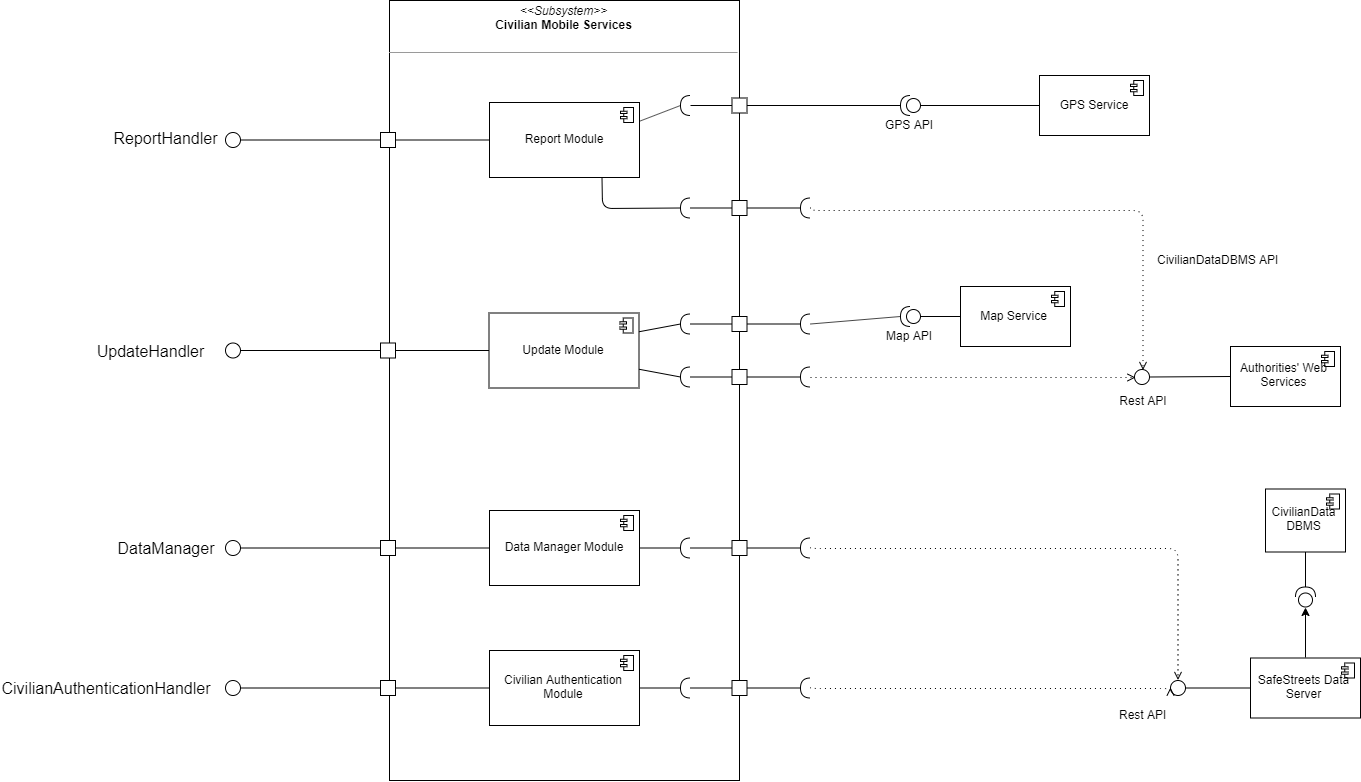
marcuz1996/Software-Engineering-Project keeps this draw.io diagram as DD/images/CivilianMobileServicesProjection.png. Above is the earlier version. Source tidied: cells renumbered, new cells last; positions are measured from the earlier drawing's top-left corner, leaving out a move shared by most shapes.
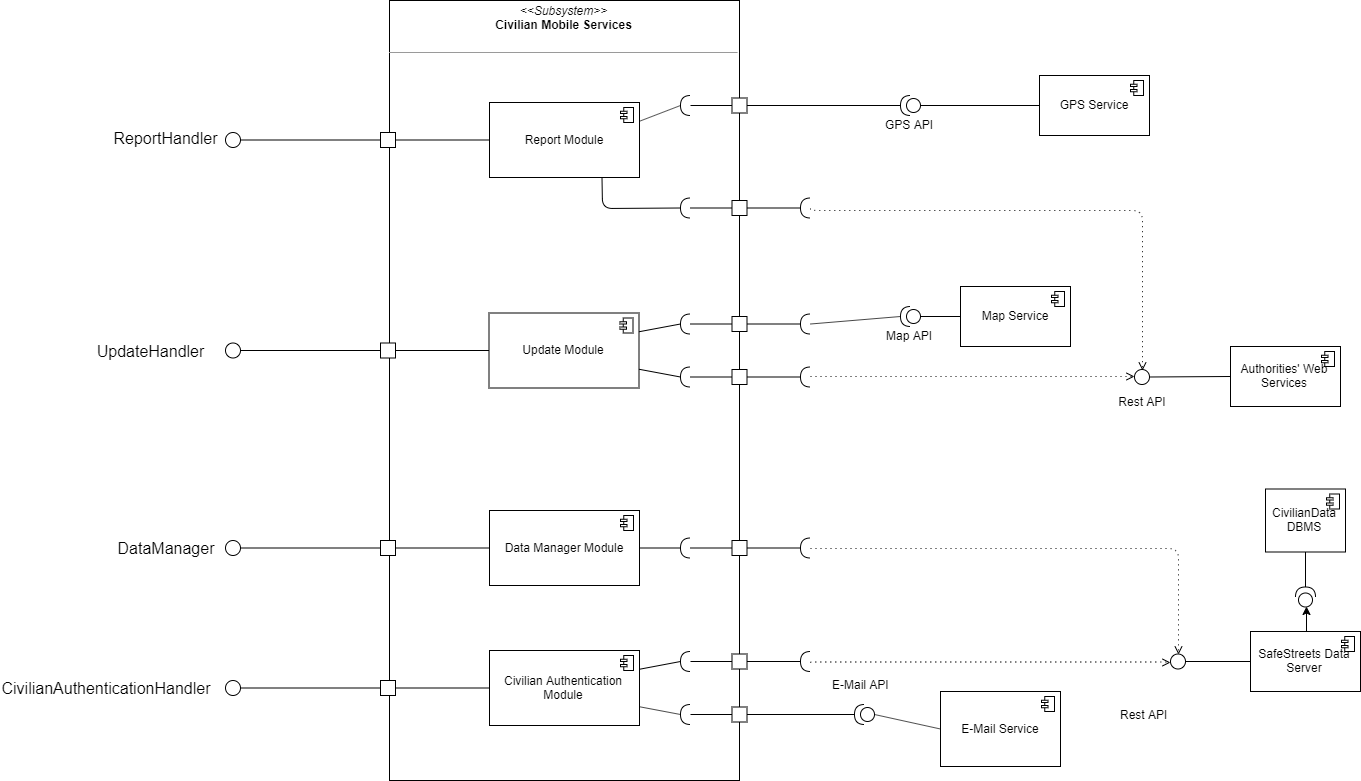
Later version of the same file.

Change to the diagram source:
```diff
@@ -3,7 +3,7 @@
     <mxCell id="0" />
     <mxCell id="1" parent="0" />
     <mxCell id="2" style="ellipse;html=1;verticalLabelPosition=bottom;labelBackgroundColor=#ffffff;verticalAlign=bottom;fillColor=#ffffff;direction=east;" parent="1" vertex="1">
-      <mxGeometry x="1095" y="680" width="15" height="15" as="geometry" />
+      <mxGeometry x="1095" y="653.5" width="15" height="15" as="geometry" />
     </mxCell>
     <mxCell id="3" value="&lt;p style=&quot;margin: 0px ; margin-top: 4px ; text-align: center&quot;&gt;&lt;i&gt;&amp;lt;&amp;lt;Subsystem&amp;gt;&amp;gt;&lt;/i&gt;&lt;br&gt;&lt;b&gt;Civilian Mobile Services&lt;/b&gt;&lt;/p&gt;&lt;br&gt;&lt;hr size=&quot;1&quot;&gt;&lt;p style=&quot;margin: 0px ; margin-left: 4px&quot;&gt;&lt;br&gt;&lt;/p&gt;" style="verticalAlign=top;align=left;overflow=fill;fontSize=12;fontFamily=Helvetica;html=1;" parent="1" vertex="1">
       <mxGeometry x="314" width="350" height="780" as="geometry" />
@@ -205,38 +205,38 @@
       <mxGeometry relative="1" as="geometry" />
     </mxCell>
     <mxCell id="65" value="SafeStreets Data Server" style="html=1;outlineConnect=0;whiteSpace=wrap;shape=mxgraph.archimate3.application;appType=comp;archiType=square;" parent="1" vertex="1">
-      <mxGeometry x="1175" y="657.5" width="110" height="60" as="geometry" />
+      <mxGeometry x="1175" y="631" width="110" height="60" as="geometry" />
     </mxCell>
     <mxCell id="66" style="shape=requiredInterface;html=1;verticalLabelPosition=bottom;direction=west;" parent="1" vertex="1">
-      <mxGeometry x="605" y="677.5" width="10" height="20" as="geometry" />
+      <mxGeometry x="605" y="651" width="10" height="20" as="geometry" />
     </mxCell>
     <mxCell id="67" style="endArrow=none;html=1;entryX=0;entryY=0.5;entryDx=0;entryDy=0;exitX=0;exitY=0.5;exitDx=0;exitDy=0;exitPerimeter=0;" parent="1" edge="1" source="66" target="68">
       <mxGeometry relative="1" as="geometry" />
     </mxCell>
     <mxCell id="68" style="whiteSpace=wrap;html=1;" parent="1" vertex="1">
-      <mxGeometry x="656.5" y="680" width="15" height="15" as="geometry" />
+      <mxGeometry x="656.5" y="653.5" width="15" height="15" as="geometry" />
     </mxCell>
     <mxCell id="69" style="shape=requiredInterface;html=1;verticalLabelPosition=bottom;direction=west;" parent="1" vertex="1">
-      <mxGeometry x="725" y="677.5" width="10" height="20" as="geometry" />
+      <mxGeometry x="725" y="651" width="10" height="20" as="geometry" />
     </mxCell>
     <mxCell id="70" style="endArrow=none;html=1;entryX=1;entryY=0.5;entryDx=0;entryDy=0;exitX=1;exitY=0.5;exitDx=0;exitDy=0;entryPerimeter=0;" parent="1" edge="1" source="68" target="69">
       <mxGeometry relative="1" as="geometry" />
     </mxCell>
-    <mxCell id="71" style="endArrow=none;html=1;entryX=1;entryY=0.5;entryDx=0;entryDy=0;exitX=1;exitY=0.5;exitDx=0;exitDy=0;exitPerimeter=0;entryPerimeter=0;" parent="1" edge="1" source="59" target="66">
+    <mxCell id="71" style="endArrow=none;html=1;entryX=1;entryY=0.5;entryDx=0;entryDy=0;exitX=1;exitY=0.25;exitDx=0;exitDy=0;exitPerimeter=0;entryPerimeter=0;" parent="1" edge="1" source="59" target="66">
       <mxGeometry relative="1" as="geometry" />
     </mxCell>
     <mxCell id="72" style="edgeStyle=elbowEdgeStyle;html=1;endArrow=open;elbow=vertical;endFill=0;dashed=1;dashPattern=1 4;exitX=0;exitY=0.5;exitDx=0;exitDy=0;exitPerimeter=0;entryX=0;entryY=0.5;entryDx=0;entryDy=0;" parent="1" edge="1" source="69" target="2">
       <mxGeometry relative="1" as="geometry">
         <Array as="points">
-          <mxPoint x="1055" y="688" />
-          <mxPoint x="1045" y="690" />
-          <mxPoint x="1045" y="700" />
-          <mxPoint x="1045" y="687" />
-          <mxPoint x="1035" y="720" />
-          <mxPoint x="1155" y="673" />
-          <mxPoint x="955" y="680" />
-          <mxPoint x="1104.5" y="691" />
-          <mxPoint x="914.5" y="690.5" />
+          <mxPoint x="1055" y="661.5" />
+          <mxPoint x="1045" y="663.5" />
+          <mxPoint x="1045" y="673.5" />
+          <mxPoint x="1045" y="660.5" />
+          <mxPoint x="1035" y="693.5" />
+          <mxPoint x="1155" y="646.5" />
+          <mxPoint x="955" y="653.5" />
+          <mxPoint x="1104.5" y="664.5" />
+          <mxPoint x="914.5" y="664" />
         </Array>
       </mxGeometry>
     </mxCell>
@@ -276,8 +276,32 @@
     <mxCell id="84" style="endArrow=none;html=1;exitX=0.5;exitY=1;exitDx=0;exitDy=0;exitPerimeter=0;entryX=1;entryY=0.5;entryDx=0;entryDy=0;entryPerimeter=0;" parent="1" edge="1" source="83" target="82">
       <mxGeometry relative="1" as="geometry" />
     </mxCell>
-    <mxCell id="85" value="CivilianDataDBMS API" style="text;html=1;align=left;verticalAlign=top;spacingTop=-4;" parent="1" vertex="1">
-      <mxGeometry x="1080" y="250" width="140" height="20" as="geometry" />
-    </mxCell>
+    <mxCell id="86" value="E-Mail Service" style="html=1;outlineConnect=0;whiteSpace=wrap;shape=mxgraph.archimate3.application;appType=comp;archiType=square;" parent="1" vertex="1">
+      <mxGeometry x="865" y="691" width="120" height="75" as="geometry" />
+    </mxCell>
+    <mxCell id="87" style="shape=providedRequiredInterface;html=1;verticalLabelPosition=bottom;direction=west;" parent="1" vertex="1">
+      <mxGeometry x="779" y="704" width="20" height="20" as="geometry" />
+    </mxCell>
+    <mxCell id="88" style="endArrow=none;html=1;entryX=0;entryY=0.5;entryDx=0;entryDy=0;exitX=0;exitY=0.5;exitDx=0;exitDy=0;entryPerimeter=0;exitPerimeter=0;" parent="1" edge="1" source="86" target="87">
+      <mxGeometry relative="1" as="geometry" />
+    </mxCell>
+    <mxCell id="89" value="&lt;span style=&quot;text-align: center&quot;&gt;E-Mail API&lt;/span&gt;" style="text;html=1;align=left;verticalAlign=top;spacingTop=-4;" parent="1" vertex="1">
+      <mxGeometry x="755" y="675" width="70" height="20" as="geometry" />
+    </mxCell>
+    <mxCell id="90" style="shape=requiredInterface;html=1;verticalLabelPosition=bottom;direction=west;" parent="1" vertex="1">
+      <mxGeometry x="605" y="704" width="10" height="20" as="geometry" />
+    </mxCell>
+    <mxCell id="91" style="endArrow=none;html=1;entryX=0;entryY=0.5;entryDx=0;entryDy=0;exitX=0;exitY=0.5;exitDx=0;exitDy=0;exitPerimeter=0;" parent="1" edge="1" source="90" target="92">
+      <mxGeometry relative="1" as="geometry" />
+    </mxCell>
+    <mxCell id="92" style="whiteSpace=wrap;html=1;" parent="1" vertex="1">
+      <mxGeometry x="656.5" y="706.5" width="15" height="15" as="geometry" />
+    </mxCell>
+    <mxCell id="93" style="endArrow=none;html=1;entryX=1;entryY=0.5;entryDx=0;entryDy=0;exitX=1;exitY=0.75;exitDx=0;exitDy=0;exitPerimeter=0;entryPerimeter=0;" parent="1" edge="1" source="59" target="90">
+      <mxGeometry relative="1" as="geometry" />
+    </mxCell>
+    <mxCell id="94" style="endArrow=none;html=1;entryX=1;entryY=0.5;entryDx=0;entryDy=0;exitX=1;exitY=0.5;exitDx=0;exitDy=0;entryPerimeter=0;" parent="1" edge="1" source="92" target="87">
+      <mxGeometry relative="1" as="geometry" />
+    </mxCell>
   </root>
 </mxGraphModel>
```
